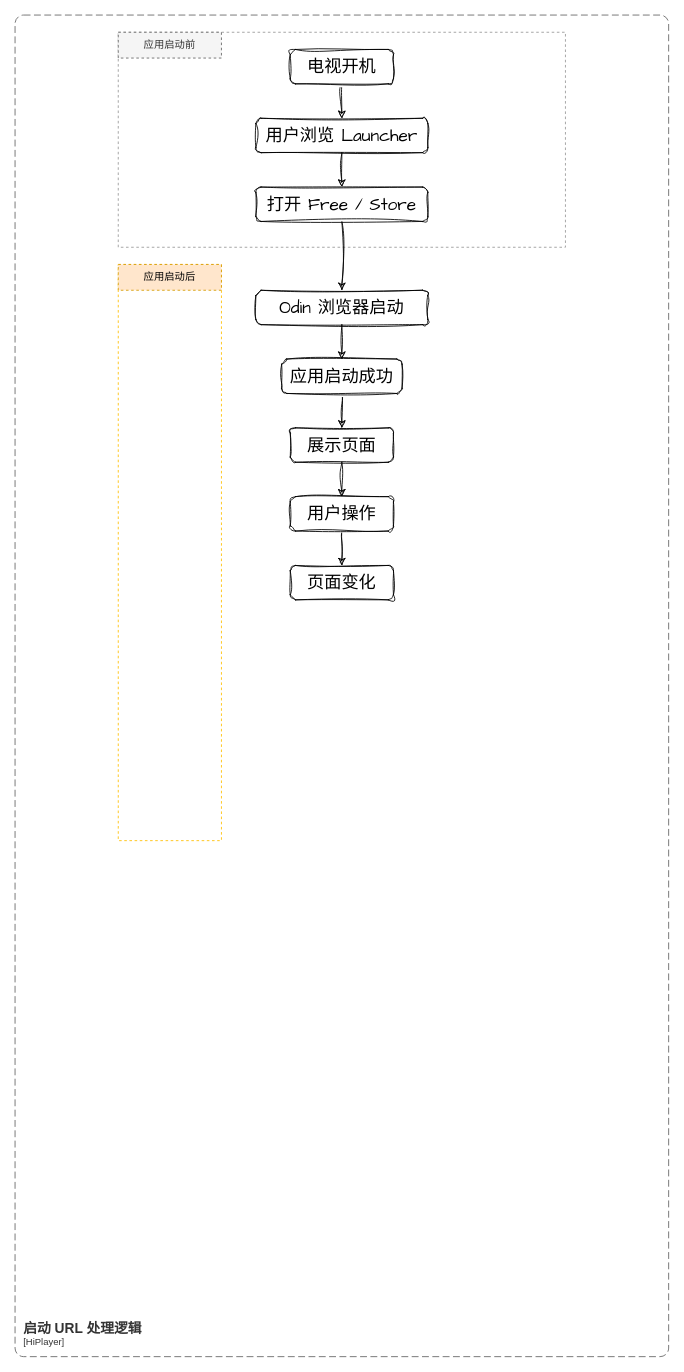
Earlier version of the draw.io diagram page "启动流程图" (1 of 2) of Free and Store Diagram.drawio (LeeDebug/drawio). Source tidied: cells renumbered, new cells numbered last; positions are measured from the earlier drawing's top-left corner, leaving out a move shared by most shapes. Both pictures are drawn from the tidied source at 86%, with x=0, y=0 at pixel (15, 15).
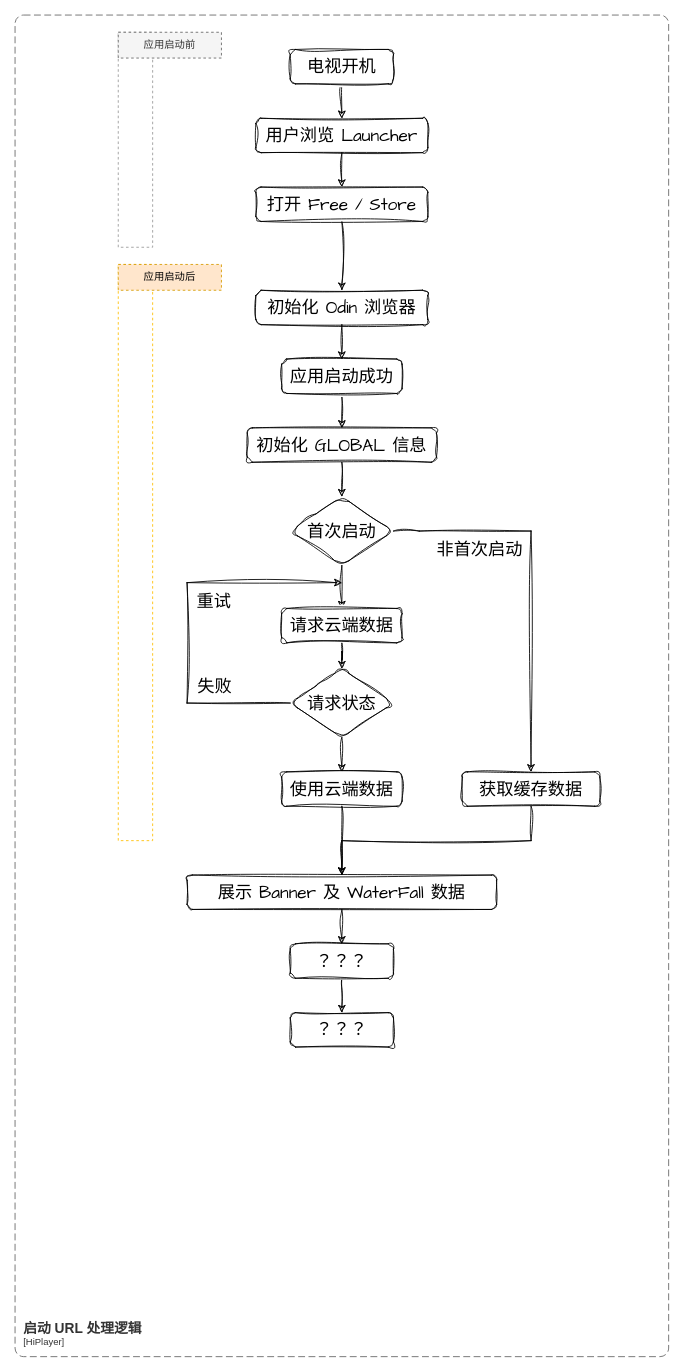
The same page after the edit.

Unchanged cells that the change refers to:
```xml
<mxCell id="14" value="应用启动成功" style="rounded=1;whiteSpace=wrap;html=1;sketch=1;hachureGap=4;jiggle=2;curveFitting=1;fontFamily=Architects Daughter;fontSize=20;" parent="1" vertex="1">
  <mxGeometry x="310" y="400" width="140" height="40" as="geometry" />
</mxCell>
```

The edit, as a diff of the source:
```diff
@@
     <mxCell id="2" style="rounded=0;whiteSpace=wrap;html=1;fillColor=none;dashed=1;strokeColor=#999999;" parent="1" vertex="1">
-      <mxGeometry x="120" y="20" width="520" height="250" as="geometry" />
+      <mxGeometry x="120" y="20" width="40" height="250" as="geometry" />
     </mxCell>
     <mxCell id="3" style="rounded=0;whiteSpace=wrap;html=1;fillColor=none;dashed=1;strokeColor=#ffbf00;" parent="1" vertex="1">
-      <mxGeometry x="120" y="290" width="120" height="670" as="geometry" />
+      <mxGeometry x="120" y="290" width="40" height="670" as="geometry" />
     </mxCell>
@@
-    <mxCell id="12" value="Odin 浏览器启动" style="rounded=1;whiteSpace=wrap;html=1;sketch=1;hachureGap=4;jiggle=2;curveFitting=1;fontFamily=Architects Daughter;fontSize=20;" parent="1" vertex="1">
+    <mxCell id="12" value="初始化 Odin 浏览器" style="rounded=1;whiteSpace=wrap;html=1;sketch=1;hachureGap=4;jiggle=2;curveFitting=1;fontFamily=Architects Daughter;fontSize=20;" parent="1" vertex="1">
       <mxGeometry x="280" y="320" width="200" height="40" as="geometry" />
     </mxCell>
-    <mxCell id="13" style="edgeStyle=orthogonalEdgeStyle;rounded=0;sketch=1;hachureGap=4;jiggle=2;curveFitting=1;jettySize=auto;html=1;fontFamily=Architects Daughter;fontSize=16;" parent="1" edge="1" source="14" target="16">
-      <mxGeometry relative="1" as="geometry" />
-    </mxCell>
+    <mxCell id="22" style="edgeStyle=orthogonalEdgeStyle;rounded=0;sketch=1;hachureGap=4;jiggle=2;curveFitting=1;jettySize=auto;html=1;fontFamily=Architects Daughter;fontSize=16;" parent="1" edge="1" source="14" target="32">
+      <mxGeometry relative="1" as="geometry" />
+    </mxCell>
@@
-    <mxCell id="16" value="展示页面" style="rounded=1;whiteSpace=wrap;html=1;sketch=1;hachureGap=4;jiggle=2;curveFitting=1;fontFamily=Architects Daughter;fontSize=20;" parent="1" vertex="1">
-      <mxGeometry x="320" y="480" width="120" height="40" as="geometry" />
+    <mxCell id="16" value="展示 Banner 及 WaterFall 数据" style="rounded=1;whiteSpace=wrap;html=1;sketch=1;hachureGap=4;jiggle=2;curveFitting=1;fontFamily=Architects Daughter;fontSize=20;" parent="1" vertex="1">
+      <mxGeometry x="200" y="1000" width="360" height="40" as="geometry" />
     </mxCell>
@@
-    <mxCell id="20" value="用户操作" style="rounded=1;whiteSpace=wrap;html=1;sketch=1;hachureGap=4;jiggle=2;curveFitting=1;fontFamily=Architects Daughter;fontSize=20;" parent="1" vertex="1">
-      <mxGeometry x="320" y="560" width="120" height="40" as="geometry" />
+    <mxCell id="20" value="？？？" style="rounded=1;whiteSpace=wrap;html=1;sketch=1;hachureGap=4;jiggle=2;curveFitting=1;fontFamily=Architects Daughter;fontSize=20;" parent="1" vertex="1">
+      <mxGeometry x="320" y="1080" width="120" height="40" as="geometry" />
     </mxCell>
-    <mxCell id="21" value="页面变化" style="rounded=1;whiteSpace=wrap;html=1;sketch=1;hachureGap=4;jiggle=2;curveFitting=1;fontFamily=Architects Daughter;fontSize=20;" parent="1" vertex="1">
-      <mxGeometry x="320" y="640" width="120" height="40" as="geometry" />
+    <mxCell id="21" value="？？？" style="rounded=1;whiteSpace=wrap;html=1;sketch=1;hachureGap=4;jiggle=2;curveFitting=1;fontFamily=Architects Daughter;fontSize=20;" parent="1" vertex="1">
+      <mxGeometry x="320" y="1160" width="120" height="40" as="geometry" />
     </mxCell>
+    <mxCell id="23" style="edgeStyle=orthogonalEdgeStyle;rounded=0;sketch=1;hachureGap=4;jiggle=2;curveFitting=1;jettySize=auto;html=1;fontFamily=Architects Daughter;fontSize=16;" parent="1" edge="1" source="26" target="28">
+      <mxGeometry relative="1" as="geometry">
+        <Array as="points">
+          <mxPoint x="470" y="600" />
+          <mxPoint x="470" y="600" />
+        </Array>
+      </mxGeometry>
+    </mxCell>
+    <mxCell id="24" value="非首次启动" style="edgeLabel;html=1;align=center;verticalAlign=middle;fontSize=20;fontFamily=Architects Daughter;" parent="23" vertex="1">
+      <mxGeometry x="-0.3" y="3" relative="1" as="geometry">
+        <mxPoint x="-55" y="23" as="offset" />
+      </mxGeometry>
+    </mxCell>
+    <mxCell id="25" style="edgeStyle=orthogonalEdgeStyle;rounded=0;sketch=1;hachureGap=4;jiggle=2;curveFitting=1;jettySize=auto;html=1;fontFamily=Architects Daughter;fontSize=16;" parent="1" edge="1" source="26" target="30">
+      <mxGeometry relative="1" as="geometry" />
+    </mxCell>
+    <mxCell id="26" value="首次启动" style="rhombus;whiteSpace=wrap;html=1;fontSize=20;fontFamily=Architects Daughter;rounded=1;sketch=1;hachureGap=4;jiggle=2;curveFitting=1;" parent="1" vertex="1">
+      <mxGeometry x="320" y="560" width="120" height="80" as="geometry" />
+    </mxCell>
+    <mxCell id="27" style="edgeStyle=orthogonalEdgeStyle;rounded=0;sketch=1;hachureGap=4;jiggle=2;curveFitting=1;jettySize=auto;html=1;exitX=0.5;exitY=1;exitDx=0;exitDy=0;entryX=0.5;entryY=0;entryDx=0;entryDy=0;fontFamily=Architects Daughter;fontSize=16;" parent="1" edge="1" source="28" target="16">
+      <mxGeometry relative="1" as="geometry" />
+    </mxCell>
+    <mxCell id="28" value="获取缓存数据" style="whiteSpace=wrap;html=1;fontSize=20;fontFamily=Architects Daughter;rounded=1;sketch=1;hachureGap=4;jiggle=2;curveFitting=1;" parent="1" vertex="1">
+      <mxGeometry x="520" y="880" width="160" height="40" as="geometry" />
+    </mxCell>
+    <mxCell id="29" style="edgeStyle=orthogonalEdgeStyle;rounded=0;sketch=1;hachureGap=4;jiggle=2;curveFitting=1;jettySize=auto;html=1;fontFamily=Architects Daughter;fontSize=16;" parent="1" edge="1" source="30" target="37">
+      <mxGeometry relative="1" as="geometry" />
+    </mxCell>
+    <mxCell id="30" value="请求云端数据" style="whiteSpace=wrap;html=1;fontSize=20;fontFamily=Architects Daughter;rounded=1;sketch=1;hachureGap=4;jiggle=2;curveFitting=1;" parent="1" vertex="1">
+      <mxGeometry x="310" y="690" width="140" height="40" as="geometry" />
+    </mxCell>
+    <mxCell id="31" style="edgeStyle=orthogonalEdgeStyle;rounded=0;sketch=1;hachureGap=4;jiggle=2;curveFitting=1;jettySize=auto;html=1;exitX=0.5;exitY=1;exitDx=0;exitDy=0;entryX=0.5;entryY=0;entryDx=0;entryDy=0;fontFamily=Architects Daughter;fontSize=16;" parent="1" edge="1" source="32" target="26">
+      <mxGeometry relative="1" as="geometry" />
+    </mxCell>
+    <mxCell id="32" value="初始化 GLOBAL 信息" style="rounded=1;whiteSpace=wrap;html=1;sketch=1;hachureGap=4;jiggle=2;curveFitting=1;fontFamily=Architects Daughter;fontSize=20;" parent="1" vertex="1">
+      <mxGeometry x="270" y="480" width="220" height="40" as="geometry" />
+    </mxCell>
+    <mxCell id="33" style="edgeStyle=orthogonalEdgeStyle;rounded=0;sketch=1;hachureGap=4;jiggle=2;curveFitting=1;jettySize=auto;html=1;fontFamily=Architects Daughter;fontSize=16;" parent="1" edge="1" source="37" target="39">
+      <mxGeometry relative="1" as="geometry" />
+    </mxCell>
+    <mxCell id="34" style="edgeStyle=orthogonalEdgeStyle;rounded=0;sketch=1;hachureGap=4;jiggle=2;curveFitting=1;jettySize=auto;html=1;exitX=0;exitY=0.5;exitDx=0;exitDy=0;fontFamily=Architects Daughter;fontSize=16;" parent="1" edge="1" source="37">
+      <mxGeometry relative="1" as="geometry">
+        <mxPoint x="380" y="660" as="targetPoint" />
+        <Array as="points">
+          <mxPoint x="200" y="800" />
+          <mxPoint x="200" y="660" />
+        </Array>
+      </mxGeometry>
+    </mxCell>
+    <mxCell id="35" value="重试" style="edgeLabel;html=1;align=center;verticalAlign=middle;fontSize=20;fontFamily=Architects Daughter;" parent="34" vertex="1">
+      <mxGeometry x="-0.01" y="3" relative="1" as="geometry">
+        <mxPoint x="33" y="-21" as="offset" />
+      </mxGeometry>
+    </mxCell>
+    <mxCell id="36" value="失败" style="edgeLabel;html=1;align=center;verticalAlign=middle;fontSize=20;fontFamily=Architects Daughter;" parent="34" vertex="1">
+      <mxGeometry x="-0.66" relative="1" as="geometry">
+        <mxPoint x="-14" y="-20" as="offset" />
+      </mxGeometry>
+    </mxCell>
+    <mxCell id="37" value="请求状态" style="rhombus;whiteSpace=wrap;html=1;fontSize=20;fontFamily=Architects Daughter;rounded=1;sketch=1;hachureGap=4;jiggle=2;curveFitting=1;" parent="1" vertex="1">
+      <mxGeometry x="320" y="760" width="120" height="80" as="geometry" />
+    </mxCell>
+    <mxCell id="38" style="edgeStyle=orthogonalEdgeStyle;rounded=0;sketch=1;hachureGap=4;jiggle=2;curveFitting=1;jettySize=auto;html=1;exitX=0.5;exitY=1;exitDx=0;exitDy=0;entryX=0.5;entryY=0;entryDx=0;entryDy=0;fontFamily=Architects Daughter;fontSize=16;" parent="1" edge="1" source="39" target="16">
+      <mxGeometry relative="1" as="geometry" />
+    </mxCell>
+    <mxCell id="39" value="使用云端数据" style="whiteSpace=wrap;html=1;fontSize=20;fontFamily=Architects Daughter;rounded=1;sketch=1;hachureGap=4;jiggle=2;curveFitting=1;" parent="1" vertex="1">
+      <mxGeometry x="310" y="880" width="140" height="40" as="geometry" />
+    </mxCell>
```
